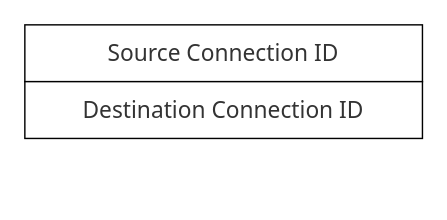
Above: 网络/quic/quicheader.drawio in xiaolincoder/ImageHost4 (draw.io), before the change. Source tidied: cells renumbered, new cells numbered last; positions are measured from the earlier drawing's top-left corner, leaving out a move shared by most shapes. Both pictures are drawn from the tidied source at 142%, with x=0, y=0 at pixel (24, 24).
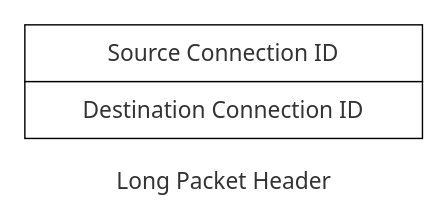
The same page after the edit.

Diff of the diagram source:
```diff
@@
 <mxGraphModel>
   <root>
     <mxCell id="0" />
     <mxCell id="1" parent="0" />
     <mxCell id="2" value="&lt;span style=&quot;color: rgb(51 , 51 , 51) ; font-family: &amp;#34;pingfang sc&amp;#34; , &amp;#34;avenir&amp;#34; , &amp;#34;tahoma&amp;#34; , &amp;#34;arial&amp;#34; , &amp;#34;lantinghei sc&amp;#34; , &amp;#34;microsoft yahei&amp;#34; , &amp;#34;hiragino sans gb&amp;#34; , &amp;#34;microsoft sans serif&amp;#34; , &amp;#34;wenquanyi micro hei&amp;#34; , &amp;#34;helvetica&amp;#34; , sans-serif ; font-size: 16px ; background-color: rgb(255 , 255 , 255)&quot;&gt;Source Connection ID&lt;/span&gt;" style="rounded=0;whiteSpace=wrap;html=1;" parent="1" vertex="1">
       <mxGeometry width="280" height="40" as="geometry" />
     </mxCell>
     <mxCell id="3" value="&lt;span style=&quot;color: rgb(51 , 51 , 51) ; font-family: &amp;#34;pingfang sc&amp;#34; , &amp;#34;avenir&amp;#34; , &amp;#34;tahoma&amp;#34; , &amp;#34;arial&amp;#34; , &amp;#34;lantinghei sc&amp;#34; , &amp;#34;microsoft yahei&amp;#34; , &amp;#34;hiragino sans gb&amp;#34; , &amp;#34;microsoft sans serif&amp;#34; , &amp;#34;wenquanyi micro hei&amp;#34; , &amp;#34;helvetica&amp;#34; , sans-serif ; font-size: 16px ; background-color: rgb(255 , 255 , 255)&quot;&gt;Destination Connection ID&lt;/span&gt;" style="rounded=0;whiteSpace=wrap;html=1;" parent="1" vertex="1">
       <mxGeometry y="40" width="280" height="40" as="geometry" />
     </mxCell>
+    <mxCell id="4" value="&lt;span style=&quot;color: rgb(51 , 51 , 51) ; font-family: &amp;#34;pingfang sc&amp;#34; , &amp;#34;avenir&amp;#34; , &amp;#34;tahoma&amp;#34; , &amp;#34;arial&amp;#34; , &amp;#34;lantinghei sc&amp;#34; , &amp;#34;microsoft yahei&amp;#34; , &amp;#34;hiragino sans gb&amp;#34; , &amp;#34;microsoft sans serif&amp;#34; , &amp;#34;wenquanyi micro hei&amp;#34; , &amp;#34;helvetica&amp;#34; , sans-serif ; font-size: 16px ; background-color: rgb(255 , 255 , 255)&quot;&gt;Long Packet Header&lt;/span&gt;" style="text;html=1;align=center;verticalAlign=middle;strokeColor=none;fillColor=none;" parent="1" vertex="1">
+      <mxGeometry x="55" y="100" width="170" height="20" as="geometry" />
+    </mxCell>
   </root>
 </mxGraphModel>
```
